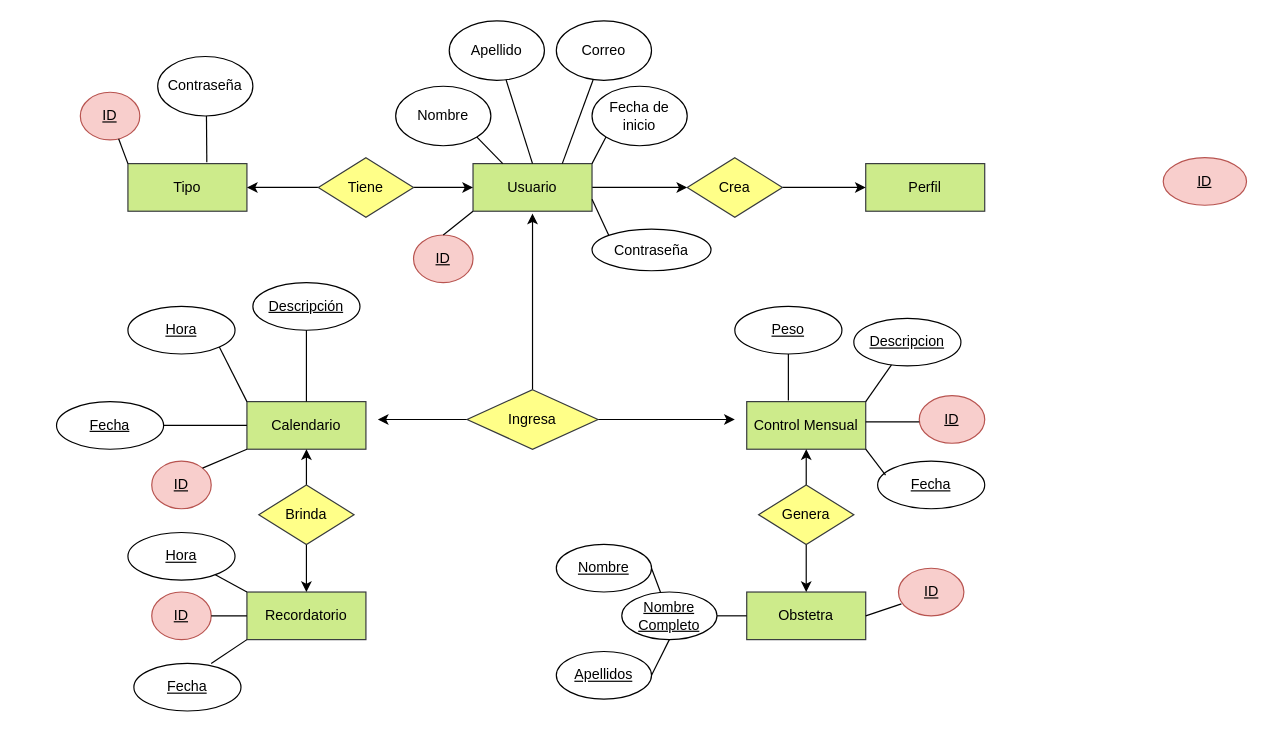
The draw.io diagram DigramaModi.drawio in Michael-Martinez15/equipo4_gaa_ppi2020, before the edit. Source tidied: cells renumbered, new cells numbered last; positions are measured from the earlier drawing's top-left corner, leaving out a move shared by most shapes. Both pictures are drawn from the tidied source at 119%, with x=0, y=0 at pixel (56, 20).
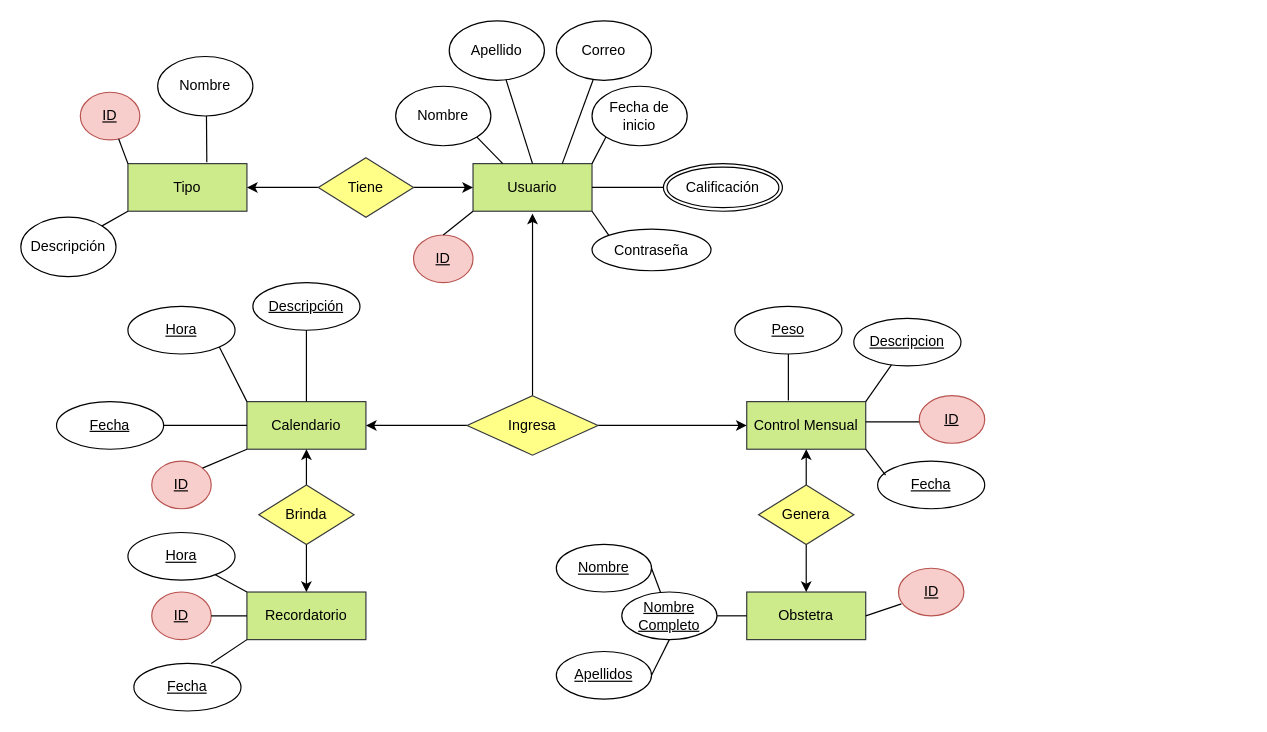
The same diagram, later.

Commit message:
Diagrama-MASD

Unchanged cells that the change refers to:
```xml
<mxCell id="2" value="Tipo" style="whiteSpace=wrap;html=1;align=center;fillColor=#cdeb8b;strokeColor=#36393d;" parent="1" vertex="1">
  <mxGeometry x="60" y="120" width="100" height="40" as="geometry" />
</mxCell>
<mxCell id="3" value="Control Mensual" style="whiteSpace=wrap;html=1;align=center;fillColor=#cdeb8b;strokeColor=#36393d;" parent="1" vertex="1">
  <mxGeometry x="580" y="320" width="100" height="40" as="geometry" />
</mxCell>
<mxCell id="5" value="Usuario" style="whiteSpace=wrap;html=1;align=center;fillColor=#cdeb8b;strokeColor=#36393d;" parent="1" vertex="1">
  <mxGeometry x="350" y="120" width="100" height="40" as="geometry" />
</mxCell>
<mxCell id="7" value="Calendario" style="whiteSpace=wrap;html=1;align=center;fillColor=#cdeb8b;strokeColor=#36393d;" parent="1" vertex="1">
  <mxGeometry x="160" y="320" width="100" height="40" as="geometry" />
</mxCell>
<mxCell id="31" value="Contraseña" style="ellipse;whiteSpace=wrap;html=1;align=center;" parent="1" vertex="1">
  <mxGeometry x="450" y="175" width="100" height="35" as="geometry" />
</mxCell>
```

Change to the diagram source:
```diff
@@
-    <mxCell id="4" style="edgeStyle=orthogonalEdgeStyle;rounded=0;jettySize=auto;html=1;entryX=0;entryY=0.5;entryDx=0;entryDy=0;" parent="1" edge="1" source="5" target="24">
-      <mxGeometry relative="1" as="geometry" />
-    </mxCell>
@@
-    <mxCell id="6" value="Perfil" style="whiteSpace=wrap;html=1;align=center;fillColor=#cdeb8b;strokeColor=#36393d;" parent="1" vertex="1">
-      <mxGeometry x="680" y="120" width="100" height="40" as="geometry" />
-    </mxCell>
@@
-    <mxCell id="20" style="edgeStyle=orthogonalEdgeStyle;rounded=0;jettySize=auto;html=1;" parent="1" edge="1" source="22">
-      <mxGeometry relative="1" as="geometry">
-        <mxPoint x="270" y="335" as="targetPoint" />
-      </mxGeometry>
-    </mxCell>
-    <mxCell id="21" style="edgeStyle=orthogonalEdgeStyle;rounded=0;jettySize=auto;html=1;" parent="1" edge="1" source="22">
-      <mxGeometry relative="1" as="geometry">
-        <mxPoint x="570" y="335" as="targetPoint" />
-      </mxGeometry>
-    </mxCell>
+    <mxCell id="72" style="edgeStyle=orthogonalEdgeStyle;rounded=0;jettySize=auto;html=1;entryX=1;entryY=0.5;entryDx=0;entryDy=0;" parent="1" edge="1" source="22" target="7">
+      <mxGeometry relative="1" as="geometry" />
+    </mxCell>
+    <mxCell id="73" style="edgeStyle=orthogonalEdgeStyle;rounded=0;jettySize=auto;html=1;entryX=0;entryY=0.5;entryDx=0;entryDy=0;" parent="1" edge="1" source="22" target="3">
+      <mxGeometry relative="1" as="geometry" />
+    </mxCell>
     <mxCell id="22" value="Ingresa" style="shape=rhombus;perimeter=rhombusPerimeter;whiteSpace=wrap;html=1;align=center;fillColor=#ffff88;strokeColor=#36393d;" parent="1" vertex="1">
-      <mxGeometry x="345" y="310" width="110" height="50" as="geometry" />
+      <mxGeometry x="345" y="315" width="110" height="50" as="geometry" />
     </mxCell>
-    <mxCell id="23" style="edgeStyle=orthogonalEdgeStyle;rounded=0;jettySize=auto;html=1;entryX=0;entryY=0.5;entryDx=0;entryDy=0;" parent="1" edge="1" source="24" target="6">
-      <mxGeometry relative="1" as="geometry" />
-    </mxCell>
-    <mxCell id="24" value="Crea" style="shape=rhombus;perimeter=rhombusPerimeter;whiteSpace=wrap;html=1;align=center;fillColor=#ffff88;strokeColor=#36393d;" parent="1" vertex="1">
-      <mxGeometry x="530" y="115" width="80" height="50" as="geometry" />
-    </mxCell>
@@
-    <mxCell id="29" value="ID" style="ellipse;whiteSpace=wrap;html=1;align=center;fontStyle=4;fillColor=#f8cecc;strokeColor=#b85450;" parent="1" vertex="1">
-      <mxGeometry x="930" y="115" width="70" height="40" as="geometry" />
-    </mxCell>
@@
-    <mxCell id="32" value="Contraseña" style="ellipse;whiteSpace=wrap;html=1;align=center;" parent="1" vertex="1">
+    <mxCell id="32" value="Nombre" style="ellipse;whiteSpace=wrap;html=1;align=center;" parent="1" vertex="1">
       <mxGeometry x="85" y="30" width="80" height="50" as="geometry" />
     </mxCell>
@@
-    <mxCell id="70" style="endArrow=none;html=1;rounded=0;entryX=1;entryY=0.75;entryDx=0;entryDy=0;exitX=0;exitY=0;exitDx=0;exitDy=0;" parent="1" edge="1" source="31" target="5">
-      <mxGeometry relative="1" as="geometry" />
+    <mxCell id="70" style="endArrow=none;html=1;rounded=0;exitX=0;exitY=0;exitDx=0;exitDy=0;" parent="1" edge="1" source="31">
+      <mxGeometry relative="1" as="geometry">
+        <mxPoint x="450" y="160" as="targetPoint" />
+      </mxGeometry>
     </mxCell>
@@
+    <mxCell id="74" value="Descripción" style="ellipse;whiteSpace=wrap;html=1;align=center;" parent="1" vertex="1">
+      <mxGeometry x="-30" y="165" width="80" height="50" as="geometry" />
+    </mxCell>
+    <mxCell id="75" style="endArrow=none;html=1;rounded=0;entryX=0;entryY=1;entryDx=0;entryDy=0;exitX=1;exitY=0;exitDx=0;exitDy=0;" parent="1" edge="1" source="74" target="2">
+      <mxGeometry relative="1" as="geometry" />
+    </mxCell>
+    <mxCell id="76" style="endArrow=none;html=1;rounded=0;" parent="1" edge="1">
+      <mxGeometry relative="1" as="geometry">
+        <mxPoint x="510" y="140" as="sourcePoint" />
+        <mxPoint x="450" y="140" as="targetPoint" />
+      </mxGeometry>
+    </mxCell>
+    <mxCell id="77" value="Calificación" style="ellipse;shape=doubleEllipse;margin=3;whiteSpace=wrap;html=1;align=center;" parent="1" vertex="1">
+      <mxGeometry x="510" y="120" width="100" height="40" as="geometry" />
+    </mxCell>
```
